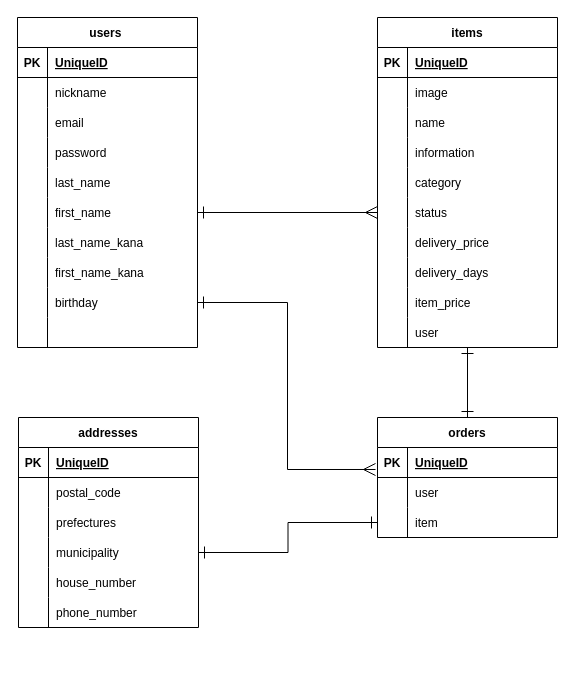
Earlier version of the draw.io diagram ER.dio (scrap2414/furima-35002). Source tidied: cells renumbered, new cells numbered last; positions are measured from the earlier drawing's top-left corner, leaving out a move shared by most shapes. Both pictures are drawn from the tidied source at 100%, with x=0, y=0 at pixel (17, 17).
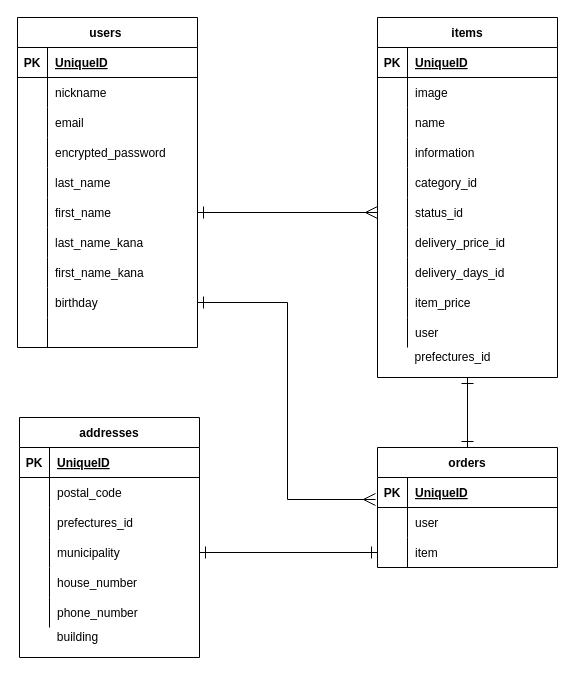
The same diagram, later.

Commit message (it also covers changes not shown here):
ER図、READMEの修正

Unchanged cells that the change refers to:
```xml
<mxCell id="12" style="shape=partialRectangle;fillColor=none;top=0;left=0;bottom=0;right=0;" parent="2" vertex="1">
  <mxGeometry y="120" width="180" height="30" as="geometry" />
</mxCell>
<mxCell id="47" style="shape=partialRectangle;fillColor=none;top=0;left=0;bottom=0;right=0;" parent="34" vertex="1">
  <mxGeometry y="150" width="180" height="30" as="geometry" />
</mxCell>
<mxCell id="50" style="shape=partialRectangle;fillColor=none;top=0;left=0;bottom=0;right=0;points=[[0,0.5],[1,0.5]];portConstraint=eastwest;" parent="34" vertex="1">
  <mxGeometry y="180" width="180" height="30" as="geometry" />
</mxCell>
<mxCell id="53" style="shape=partialRectangle;fillColor=none;top=0;left=0;bottom=0;right=0;" parent="34" vertex="1">
  <mxGeometry y="210" width="180" height="30" as="geometry" />
</mxCell>
<mxCell id="56" style="shape=partialRectangle;fillColor=none;top=0;left=0;bottom=0;right=0;" parent="34" vertex="1">
  <mxGeometry y="240" width="180" height="30" as="geometry" />
</mxCell>
<mxCell id="72" style="shape=partialRectangle;fillColor=none;top=0;left=0;bottom=0;right=0;" parent="65" vertex="1">
  <mxGeometry y="90" width="180" height="30" as="geometry" />
</mxCell>
```

Change to the diagram source:
```diff
@@
-    <mxCell id="14" value="password" style="shape=partialRectangle;fillColor=none;top=0;left=0;bottom=0;right=0;align=left;spacingLeft=6;overflow=hidden;" parent="12" vertex="1">
+    <mxCell id="14" value="encrypted_password" style="shape=partialRectangle;fillColor=none;top=0;left=0;bottom=0;right=0;align=left;spacingLeft=6;overflow=hidden;" parent="12" vertex="1">
       <mxGeometry x="30" width="150" height="30" as="geometry" />
     </mxCell>
@@
     <mxCell id="34" value="items" style="shape=table;startSize=30;childLayout=tableLayout;rowLines=0;fontStyle=1;align=center;" parent="1" vertex="1">
-      <mxGeometry x="360" width="180" height="330" as="geometry" />
+      <mxGeometry x="360" width="180" height="360" as="geometry" />
     </mxCell>
@@
-    <mxCell id="49" value="category" style="shape=partialRectangle;fillColor=none;top=0;left=0;bottom=0;right=0;align=left;spacingLeft=6;overflow=hidden;" parent="47" vertex="1">
+    <mxCell id="49" value="category_id" style="shape=partialRectangle;fillColor=none;top=0;left=0;bottom=0;right=0;align=left;spacingLeft=6;overflow=hidden;" parent="47" vertex="1">
       <mxGeometry x="30" width="150" height="30" as="geometry" />
     </mxCell>
@@
-    <mxCell id="52" value="status" style="shape=partialRectangle;fillColor=none;top=0;left=0;bottom=0;right=0;align=left;spacingLeft=6;overflow=hidden;" parent="50" vertex="1">
+    <mxCell id="52" value="status_id" style="shape=partialRectangle;fillColor=none;top=0;left=0;bottom=0;right=0;align=left;spacingLeft=6;overflow=hidden;" parent="50" vertex="1">
       <mxGeometry x="30" width="150" height="30" as="geometry" />
     </mxCell>
@@
-    <mxCell id="55" value="delivery_price" style="shape=partialRectangle;fillColor=none;top=0;left=0;bottom=0;right=0;align=left;spacingLeft=6;overflow=hidden;" parent="53" vertex="1">
+    <mxCell id="55" value="delivery_price_id" style="shape=partialRectangle;fillColor=none;top=0;left=0;bottom=0;right=0;align=left;spacingLeft=6;overflow=hidden;" parent="53" vertex="1">
       <mxGeometry x="30" width="150" height="30" as="geometry" />
     </mxCell>
@@
-    <mxCell id="58" value="delivery_days" style="shape=partialRectangle;fillColor=none;top=0;left=0;bottom=0;right=0;align=left;spacingLeft=6;overflow=hidden;" parent="56" vertex="1">
+    <mxCell id="58" value="delivery_days_id" style="shape=partialRectangle;fillColor=none;top=0;left=0;bottom=0;right=0;align=left;spacingLeft=6;overflow=hidden;" parent="56" vertex="1">
       <mxGeometry x="30" width="150" height="30" as="geometry" />
     </mxCell>
@@
     <mxCell id="65" value="addresses" style="shape=table;startSize=30;childLayout=tableLayout;rowLines=0;fontStyle=1;align=center;" parent="1" vertex="1">
-      <mxGeometry x="1" y="400" width="180" height="210" as="geometry" />
+      <mxGeometry x="2" y="400" width="180" height="240" as="geometry" />
     </mxCell>
@@
-    <mxCell id="74" value="prefectures" style="shape=partialRectangle;fillColor=none;top=0;left=0;bottom=0;right=0;align=left;spacingLeft=6;overflow=hidden;" parent="72" vertex="1">
+    <mxCell id="74" value="prefectures_id" style="shape=partialRectangle;fillColor=none;top=0;left=0;bottom=0;right=0;align=left;spacingLeft=6;overflow=hidden;" parent="72" vertex="1">
       <mxGeometry x="30" width="150" height="30" as="geometry" />
     </mxCell>
@@
     <mxCell id="84" value="orders" style="shape=table;startSize=30;childLayout=tableLayout;rowLines=0;fontStyle=1;align=center;" parent="1" vertex="1">
-      <mxGeometry x="360" y="400" width="180" height="120" as="geometry" />
+      <mxGeometry x="360" y="430" width="180" height="120" as="geometry" />
     </mxCell>
@@
+    <mxCell id="97" value="&lt;span style=&quot;text-align: left&quot;&gt;prefectures_id&lt;/span&gt;" style="text;html=1;align=center;verticalAlign=middle;" parent="1" vertex="1">
+      <mxGeometry x="390" y="330" width="90" height="20" as="geometry" />
+    </mxCell>
+    <mxCell id="98" value="building" style="text;html=1;align=center;verticalAlign=middle;" parent="1" vertex="1">
+      <mxGeometry x="30" y="610" width="60" height="20" as="geometry" />
+    </mxCell>
```
